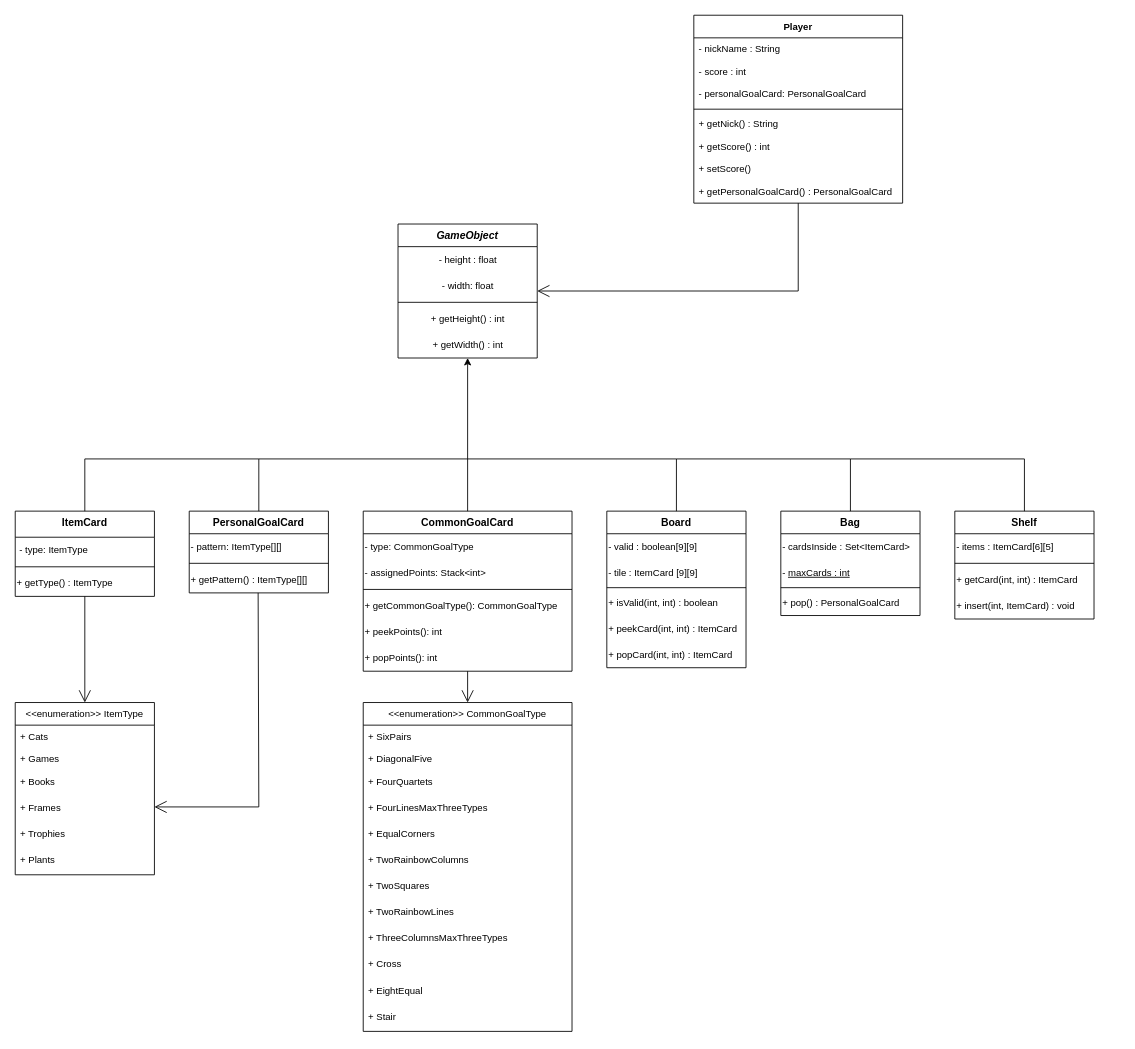
AndreaTorti-01/ing-sw-2023-torti-vigano-valtolina-vokrri keeps this draw.io diagram as src/main/resources/uml.drawio. Above is the earlier version. Source tidied: cells renumbered, new cells numbered last; positions are measured from the earlier drawing's top-left corner, leaving out a move shared by most shapes. Both pictures are drawn from the tidied source at 87%, with x=0, y=0 at pixel (15, 15).
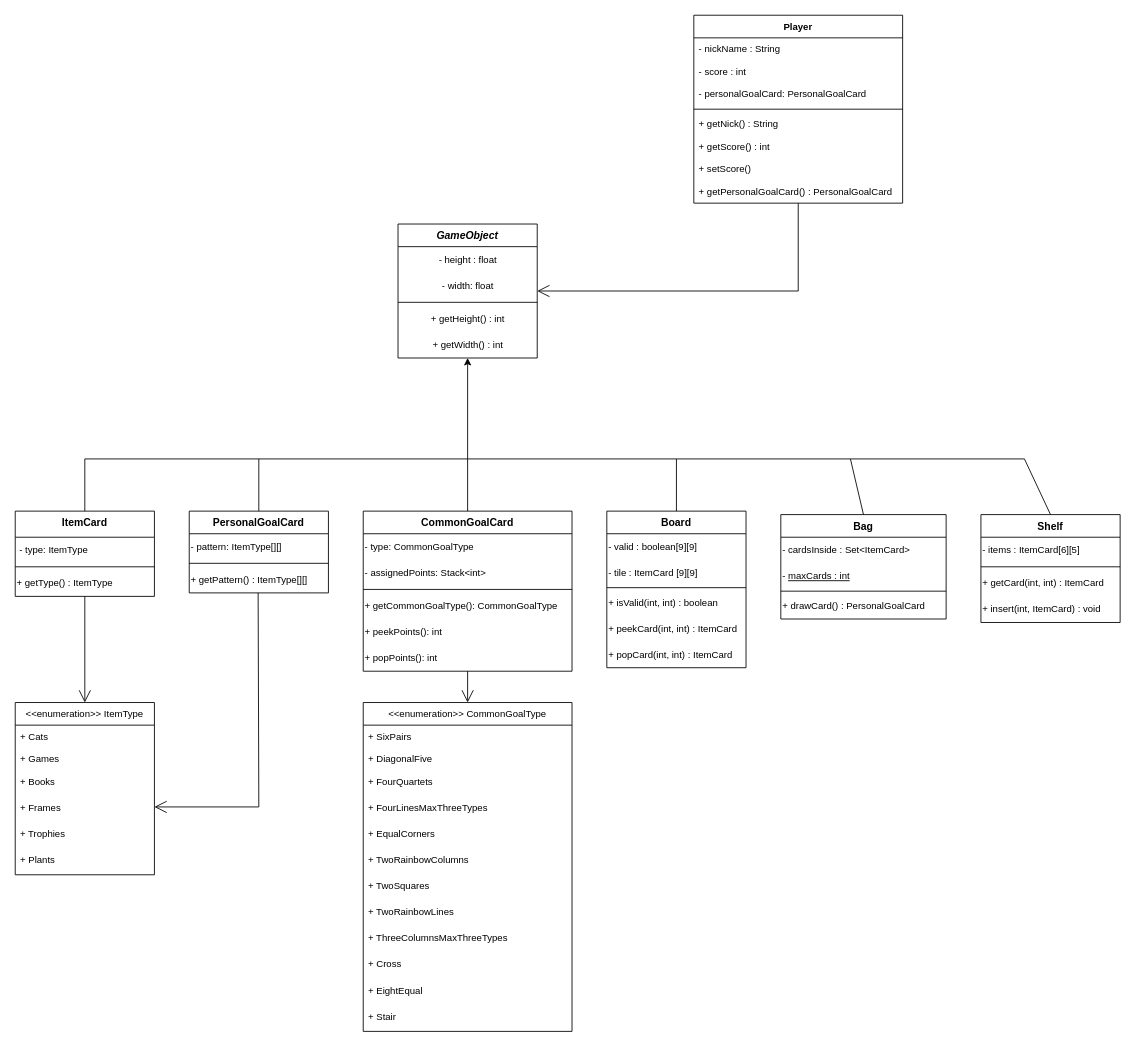
The same diagram, later.

What changed in the source:
```diff
@@
     <mxCell id="19" value="Bag" style="swimlane;fontStyle=1;align=center;verticalAlign=top;horizontal=1;startSize=26;" parent="1" vertex="1">
-      <mxGeometry x="880" y="570" width="160" height="120" as="geometry" />
+      <mxGeometry x="880" y="574" width="190" height="120" as="geometry" />
     </mxCell>
     <mxCell id="20" value="- cardsInside : Set&amp;lt;ItemCard&amp;gt;" style="text;html=1;align=left;verticalAlign=middle;strokeColor=none;fillColor=none;fontSize=11;" parent="19" vertex="1">
-      <mxGeometry y="26" width="160" height="30" as="geometry" />
+      <mxGeometry y="26" width="190" height="30" as="geometry" />
     </mxCell>
     <mxCell id="21" value="- &lt;u&gt;maxCards : int&lt;/u&gt;" style="text;html=1;align=left;verticalAlign=middle;strokeColor=none;fillColor=none;fontSize=11;" parent="19" vertex="1">
-      <mxGeometry y="56" width="160" height="30" as="geometry" />
+      <mxGeometry y="56" width="190" height="30" as="geometry" />
     </mxCell>
     <mxCell id="22" style="line;strokeWidth=1;fillColor=none;align=left;verticalAlign=middle;spacingTop=-1;spacingLeft=3;spacingRight=3;labelPosition=right;strokeColor=inherit;" parent="19" vertex="1">
-      <mxGeometry y="86" width="160" height="4" as="geometry" />
+      <mxGeometry y="86" width="190" height="4" as="geometry" />
     </mxCell>
-    <mxCell id="23" value="+ pop() : PersonalGoalCard" style="text;html=1;align=left;verticalAlign=middle;strokeColor=none;fillColor=none;fontSize=11;" parent="19" vertex="1">
-      <mxGeometry y="90" width="160" height="30" as="geometry" />
+    <mxCell id="23" value="+ drawCard() : PersonalGoalCard" style="text;html=1;align=left;verticalAlign=middle;strokeColor=none;fillColor=none;fontSize=11;" parent="19" vertex="1">
+      <mxGeometry y="90" width="190" height="30" as="geometry" />
     </mxCell>
     <mxCell id="24" value="Shelf" style="swimlane;fontStyle=1;align=center;verticalAlign=top;horizontal=1;startSize=26;" parent="1" vertex="1">
-      <mxGeometry x="1080" y="570" width="160" height="124" as="geometry" />
+      <mxGeometry x="1110" y="574" width="160" height="124" as="geometry" />
     </mxCell>
```
